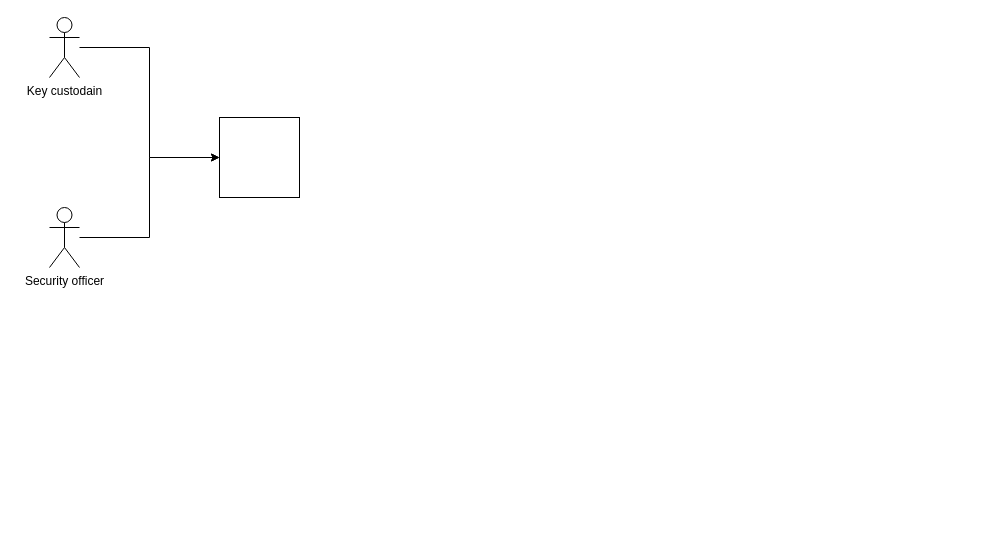
The draw.io diagram แบบแผนที่ยังไม่ได้ตั้งชื่อ.drawio in delphihero/MyDocument, before the edit. Source tidied: cells renumbered, new cells numbered last; positions are measured from the earlier drawing's top-left corner, leaving out a move shared by most shapes. Both pictures are drawn from the tidied source at 100%, with x=0, y=0 at pixel (49, 17). Pictures stored in the file or linked from it are replaced by grey dashed boxes.
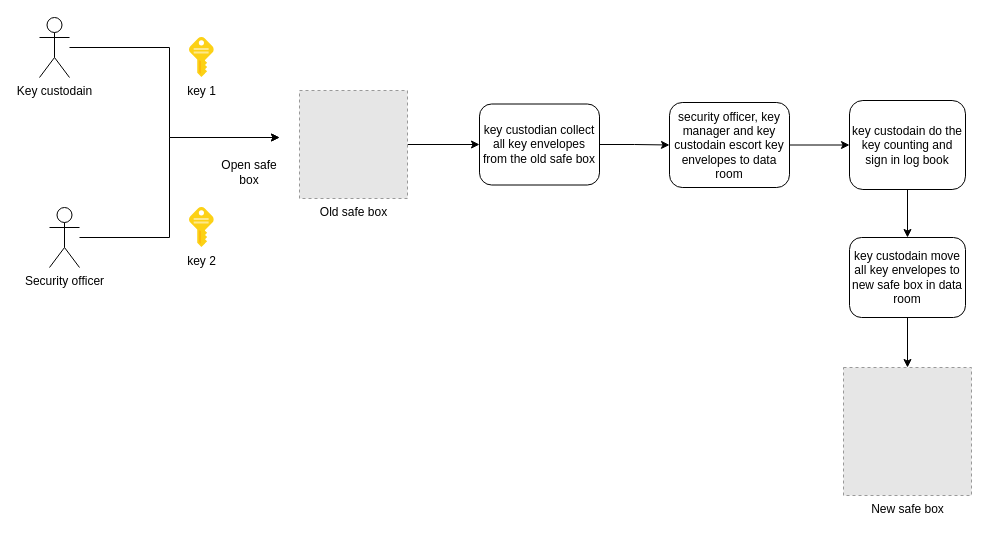
The same diagram, later.

The change refers to these unchanged cells:
```xml
<mxCell id="6" value="Security officer" style="shape=umlActor;verticalLabelPosition=bottom;verticalAlign=top;html=1;outlineConnect=0;" parent="1" vertex="1">
  <mxGeometry y="190" width="30" height="60" as="geometry" />
</mxCell>
```

Change to the diagram source:
```diff
@@
-    <mxCell id="2" style="whiteSpace=wrap;html=1;" parent="1" vertex="1">
-      <mxGeometry x="170" y="100" width="80" height="80" as="geometry" />
-    </mxCell>
-    <mxCell id="3" style="edgeStyle=orthogonalEdgeStyle;rounded=0;jettySize=auto;html=1;entryX=0;entryY=0.5;entryDx=0;entryDy=0;" parent="1" edge="1" source="4" target="2">
-      <mxGeometry relative="1" as="geometry" />
+    <mxCell id="3" style="edgeStyle=orthogonalEdgeStyle;rounded=0;jettySize=auto;html=1;entryX=0;entryY=0.5;entryDx=0;entryDy=0;" parent="1" edge="1" source="4">
+      <mxGeometry relative="1" as="geometry">
+        <mxPoint x="230" y="120" as="targetPoint" />
+        <Array as="points">
+          <mxPoint x="120" y="30" />
+          <mxPoint x="120" y="120" />
+        </Array>
+      </mxGeometry>
     </mxCell>
     <mxCell id="4" value="Key custodain" style="shape=umlActor;verticalLabelPosition=bottom;verticalAlign=top;html=1;outlineConnect=0;" parent="1" vertex="1">
-      <mxGeometry width="30" height="60" as="geometry" />
+      <mxGeometry x="-10" width="30" height="60" as="geometry" />
     </mxCell>
-    <mxCell id="5" style="edgeStyle=orthogonalEdgeStyle;rounded=0;jettySize=auto;html=1;entryX=0;entryY=0.5;entryDx=0;entryDy=0;" parent="1" edge="1" source="6" target="2">
+    <mxCell id="5" style="edgeStyle=orthogonalEdgeStyle;rounded=0;jettySize=auto;html=1;entryX=0;entryY=0.5;entryDx=0;entryDy=0;" parent="1" edge="1" source="6">
       <mxGeometry relative="1" as="geometry">
+        <mxPoint x="230" y="120" as="targetPoint" />
         <Array as="points">
-          <mxPoint x="100" y="220" />
-          <mxPoint x="100" y="140" />
+          <mxPoint x="120" y="220" />
+          <mxPoint x="120" y="120" />
         </Array>
       </mxGeometry>
     </mxCell>
@@
+    <mxCell id="7" value="&lt;div&gt;key 1&lt;/div&gt;" style="image;sketch=0;html=1;align=center;fontSize=12;image=img/lib/mscae/Key.svg;" parent="1" vertex="1">
+      <mxGeometry x="140" y="20" width="24.8" height="40" as="geometry" />
+    </mxCell>
+    <mxCell id="8" value="key 2" style="image;sketch=0;html=1;align=center;fontSize=12;image=img/lib/mscae/Key.svg;" parent="1" vertex="1">
+      <mxGeometry x="140" y="190" width="24.8" height="40" as="geometry" />
+    </mxCell>
+    <mxCell id="9" value="New safe box" style="fillColor=#E6E6E6;strokeColor=#999999;dashed=1;html=1;verticalAlign=top;verticalLabelPosition=bottom;labelBackgroundColor=#ffffff;" parent="1" vertex="1">
+      <mxGeometry x="794" y="350" width="128" height="128" as="geometry" />
+    </mxCell>
+    <mxCell id="10" style="edgeStyle=orthogonalEdgeStyle;rounded=0;jettySize=auto;html=1;entryX=0;entryY=0.5;entryDx=0;entryDy=0;" parent="1" edge="1" source="11" target="20">
+      <mxGeometry relative="1" as="geometry" />
+    </mxCell>
+    <mxCell id="11" value="Old safe box" style="fillColor=#E6E6E6;strokeColor=#999999;dashed=1;html=1;verticalAlign=top;verticalLabelPosition=bottom;labelBackgroundColor=#ffffff;" parent="1" vertex="1">
+      <mxGeometry x="250" y="73" width="108" height="108" as="geometry" />
+    </mxCell>
+    <mxCell id="12" value="Open safe box" style="text;html=1;strokeColor=none;fillColor=none;align=center;verticalAlign=middle;whiteSpace=wrap;rounded=0;" parent="1" vertex="1">
+      <mxGeometry x="170" y="140" width="60" height="30" as="geometry" />
+    </mxCell>
+    <mxCell id="13" style="edgeStyle=orthogonalEdgeStyle;rounded=0;jettySize=auto;html=1;entryX=0.5;entryY=0;entryDx=0;entryDy=0;" parent="1" edge="1" source="14" target="16">
+      <mxGeometry relative="1" as="geometry" />
+    </mxCell>
+    <mxCell id="14" value="key custodain do the key counting and sign in log book" style="rounded=1;whiteSpace=wrap;html=1;" parent="1" vertex="1">
+      <mxGeometry x="800" y="83" width="116" height="89" as="geometry" />
+    </mxCell>
+    <mxCell id="15" style="edgeStyle=orthogonalEdgeStyle;rounded=0;jettySize=auto;html=1;" parent="1" edge="1" source="16" target="9">
+      <mxGeometry relative="1" as="geometry" />
+    </mxCell>
+    <mxCell id="16" value="key custodain move all key envelopes to new safe box in data room" style="rounded=1;whiteSpace=wrap;html=1;" parent="1" vertex="1">
+      <mxGeometry x="800" y="220" width="116" height="80" as="geometry" />
+    </mxCell>
+    <mxCell id="17" style="edgeStyle=orthogonalEdgeStyle;rounded=0;jettySize=auto;html=1;" parent="1" edge="1" source="18" target="14">
+      <mxGeometry relative="1" as="geometry" />
+    </mxCell>
+    <mxCell id="18" value="security officer, key manager and key custodain escort key envelopes to data room" style="rounded=1;whiteSpace=wrap;html=1;" parent="1" vertex="1">
+      <mxGeometry x="620" y="85" width="120" height="85" as="geometry" />
+    </mxCell>
+    <mxCell id="19" style="edgeStyle=orthogonalEdgeStyle;rounded=0;jettySize=auto;html=1;entryX=0;entryY=0.5;entryDx=0;entryDy=0;" parent="1" edge="1" source="20" target="18">
+      <mxGeometry relative="1" as="geometry" />
+    </mxCell>
+    <mxCell id="20" value="key custodian collect all key envelopes from the old safe box" style="rounded=1;whiteSpace=wrap;html=1;" parent="1" vertex="1">
+      <mxGeometry x="430" y="86.5" width="120" height="81" as="geometry" />
+    </mxCell>
```
